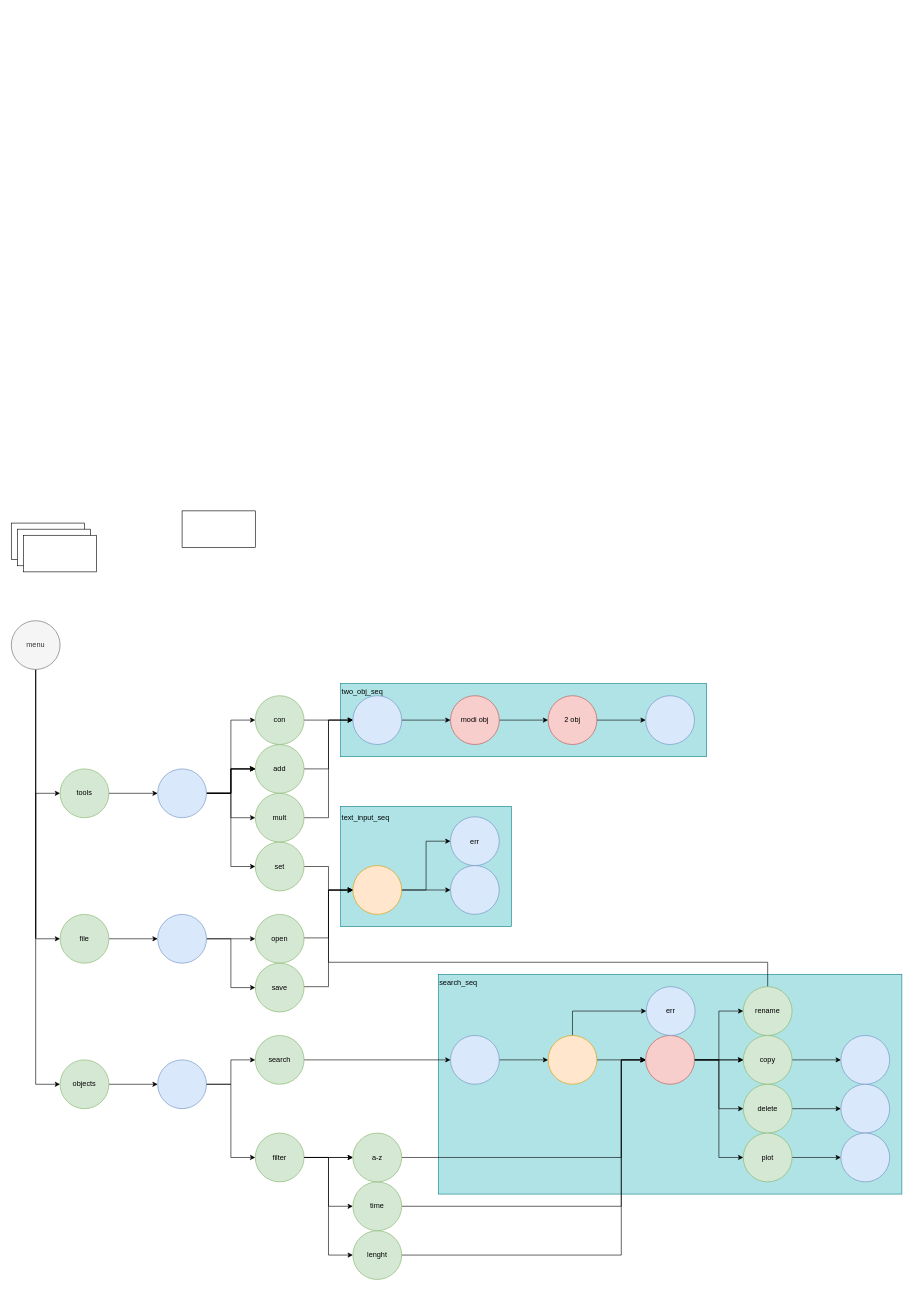
This is Диаграмма без названия.drawio from Che10vec/temp, a draw.io file, before an edit. Source tidied: cells renumbered, new cells numbered last; positions are measured from the earlier drawing's top-left corner, leaving out a move shared by most shapes. Both pictures are drawn from the tidied source at 61%, with x=0, y=0 at pixel (11, 511).
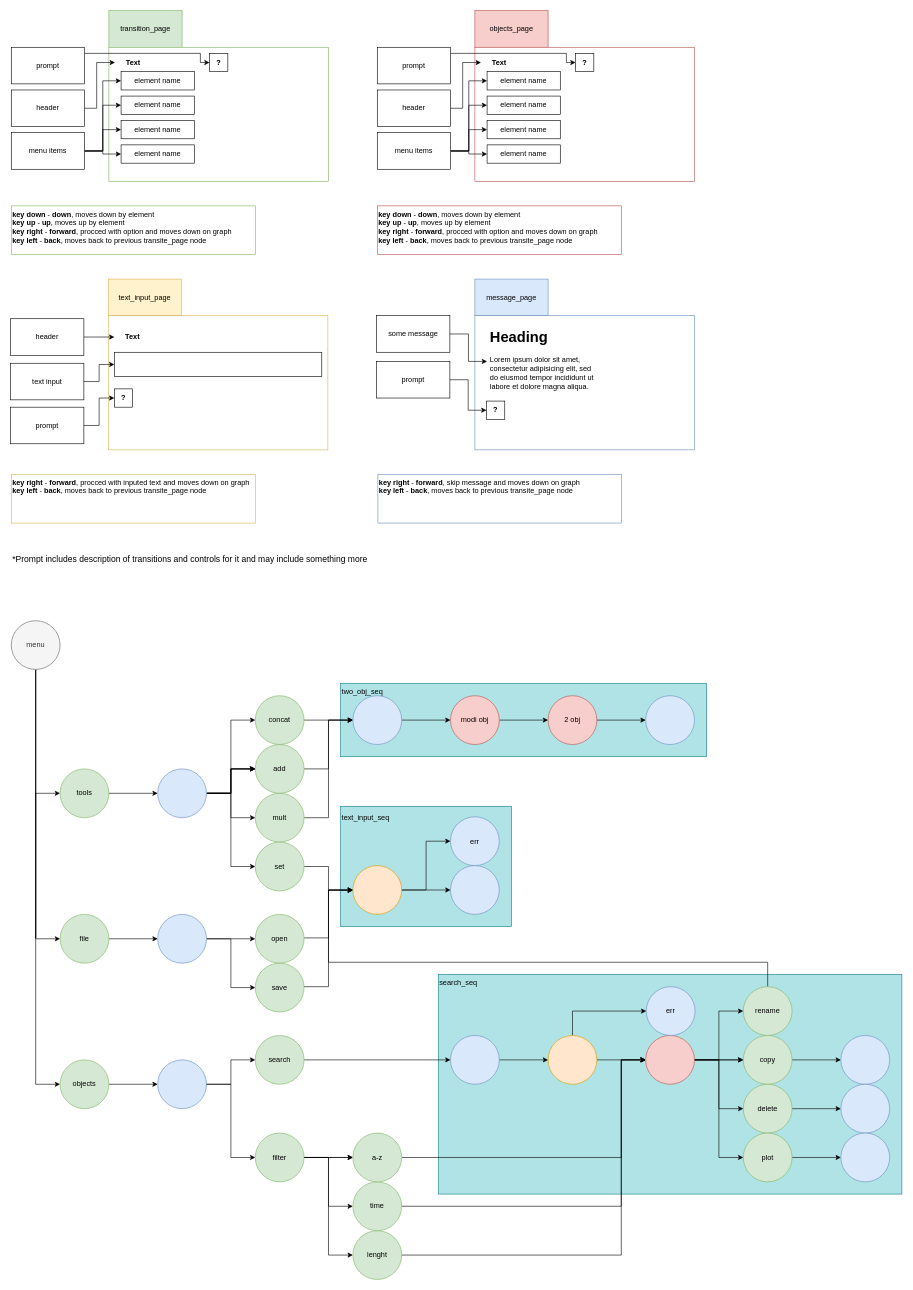
Above is the later version.

What changed in the source:
```diff
@@
-    <mxCell id="29" value="con" style="ellipse;whiteSpace=wrap;html=1;fillColor=#d5e8d4;strokeColor=#82b366;" parent="1" vertex="1">
+    <mxCell id="29" value="concat" style="ellipse;whiteSpace=wrap;html=1;fillColor=#d5e8d4;strokeColor=#82b366;" parent="1" vertex="1">
       <mxGeometry x="400" y="303" width="80" height="80" as="geometry" />
     </mxCell>
@@
-    <mxCell id="89" style="rounded=0;whiteSpace=wrap;html=1;" parent="1" vertex="1">
-      <mxGeometry y="20" width="120" height="60" as="geometry" />
+    <mxCell id="89" value="transition_page" style="rounded=0;whiteSpace=wrap;html=1;fillColor=#d5e8d4;strokeColor=#82B366;" parent="1" vertex="1">
+      <mxGeometry x="160" y="-820" width="120" height="60" as="geometry" />
     </mxCell>
-    <mxCell id="90" style="rounded=0;whiteSpace=wrap;html=1;" parent="1" vertex="1">
-      <mxGeometry x="10" y="30" width="120" height="60" as="geometry" />
+    <mxCell id="90" value="text_input_page" style="rounded=0;whiteSpace=wrap;html=1;fillColor=#fff2cc;strokeColor=#D6B656;" parent="1" vertex="1">
+      <mxGeometry x="159" y="-380" width="120" height="60" as="geometry" />
     </mxCell>
-    <mxCell id="91" style="rounded=0;whiteSpace=wrap;html=1;" parent="1" vertex="1">
-      <mxGeometry x="20" y="40" width="120" height="60" as="geometry" />
+    <mxCell id="91" value="objects_page" style="rounded=0;whiteSpace=wrap;html=1;fillColor=#f8cecc;strokeColor=#B85450;" parent="1" vertex="1">
+      <mxGeometry x="760" y="-820" width="120" height="60" as="geometry" />
     </mxCell>
-    <mxCell id="92" style="rounded=0;whiteSpace=wrap;html=1;" parent="1" vertex="1">
-      <mxGeometry x="280" width="120" height="60" as="geometry" />
+    <mxCell id="92" value="message_page" style="rounded=0;whiteSpace=wrap;html=1;fillColor=#dae8fc;strokeColor=#6C8EBF;" parent="1" vertex="1">
+      <mxGeometry x="760" y="-380" width="120" height="60" as="geometry" />
     </mxCell>
+    <mxCell id="93" style="rounded=0;whiteSpace=wrap;html=1;strokeColor=#D6B656;" parent="1" vertex="1">
+      <mxGeometry x="159" y="-320" width="360" height="220" as="geometry" />
+    </mxCell>
+    <mxCell id="94" style="rounded=0;whiteSpace=wrap;html=1;align=left;" parent="1" vertex="1">
+      <mxGeometry x="169" y="-260" width="340" height="40" as="geometry" />
+    </mxCell>
+    <mxCell id="95" value="&lt;b&gt;?&lt;/b&gt;" style="whiteSpace=wrap;html=1;" parent="1" vertex="1">
+      <mxGeometry x="169" y="-200" width="30" height="30" as="geometry" />
+    </mxCell>
+    <mxCell id="96" style="edgeStyle=orthogonalEdgeStyle;rounded=0;jettySize=auto;html=1;startArrow=classic;startFill=1;endArrow=none;endFill=0;" parent="1" edge="1" source="97" target="98">
+      <mxGeometry relative="1" as="geometry" />
+    </mxCell>
+    <mxCell id="97" value="Text" style="text;html=1;strokeColor=none;fillColor=none;align=center;verticalAlign=middle;whiteSpace=wrap;rounded=0;fontStyle=1;" parent="1" vertex="1">
+      <mxGeometry x="169" y="-300" width="60" height="30" as="geometry" />
+    </mxCell>
+    <mxCell id="98" value="header" style="whiteSpace=wrap;html=1;" parent="1" vertex="1">
+      <mxGeometry x="-1" y="-315" width="120" height="60" as="geometry" />
+    </mxCell>
+    <mxCell id="99" style="edgeStyle=orthogonalEdgeStyle;rounded=0;jettySize=auto;html=1;entryX=0;entryY=0.5;entryDx=0;entryDy=0;" parent="1" edge="1" source="100" target="94">
+      <mxGeometry relative="1" as="geometry" />
+    </mxCell>
+    <mxCell id="100" value="text input" style="whiteSpace=wrap;html=1;" parent="1" vertex="1">
+      <mxGeometry x="-1" y="-242" width="120" height="60" as="geometry" />
+    </mxCell>
+    <mxCell id="101" style="edgeStyle=orthogonalEdgeStyle;rounded=0;jettySize=auto;html=1;entryX=0;entryY=0.5;entryDx=0;entryDy=0;" parent="1" edge="1" source="102" target="95">
+      <mxGeometry relative="1" as="geometry" />
+    </mxCell>
+    <mxCell id="102" value="prompt" style="whiteSpace=wrap;html=1;" parent="1" vertex="1">
+      <mxGeometry x="-1" y="-170" width="120" height="60" as="geometry" />
+    </mxCell>
+    <mxCell id="103" style="rounded=0;whiteSpace=wrap;html=1;strokeColor=#82B366;" parent="1" vertex="1">
+      <mxGeometry x="160" y="-760" width="360" height="220" as="geometry" />
+    </mxCell>
+    <mxCell id="104" style="rounded=0;whiteSpace=wrap;html=1;strokeColor=#6C8EBF;" parent="1" vertex="1">
+      <mxGeometry x="760" y="-320" width="360" height="220" as="geometry" />
+    </mxCell>
+    <mxCell id="105" value="&lt;h1&gt;Heading&lt;/h1&gt;&lt;p&gt;Lorem ipsum dolor sit amet, consectetur adipisicing elit, sed do eiusmod tempor incididunt ut labore et dolore magna aliqua.&lt;/p&gt;" style="text;html=1;strokeColor=none;fillColor=none;spacing=5;spacingTop=-20;whiteSpace=wrap;overflow=hidden;rounded=0;" parent="1" vertex="1">
+      <mxGeometry x="780" y="-305" width="190" height="120" as="geometry" />
+    </mxCell>
+    <mxCell id="106" style="edgeStyle=orthogonalEdgeStyle;rounded=0;jettySize=auto;html=1;entryX=0;entryY=0.5;entryDx=0;entryDy=0;" parent="1" edge="1" source="107" target="105">
+      <mxGeometry relative="1" as="geometry" />
+    </mxCell>
+    <mxCell id="107" value="some message" style="rounded=0;whiteSpace=wrap;html=1;" parent="1" vertex="1">
+      <mxGeometry x="599" y="-320" width="120" height="60" as="geometry" />
+    </mxCell>
+    <mxCell id="108" value="Text" style="text;html=1;strokeColor=none;fillColor=none;align=center;verticalAlign=middle;whiteSpace=wrap;rounded=0;fontStyle=1;" parent="1" vertex="1">
+      <mxGeometry x="170" y="-750" width="60" height="30" as="geometry" />
+    </mxCell>
+    <mxCell id="109" value="element name" style="rounded=0;whiteSpace=wrap;html=1;" parent="1" vertex="1">
+      <mxGeometry x="180" y="-720" width="120" height="30" as="geometry" />
+    </mxCell>
+    <mxCell id="110" value="element name" style="rounded=0;whiteSpace=wrap;html=1;" parent="1" vertex="1">
+      <mxGeometry x="180" y="-680" width="120" height="30" as="geometry" />
+    </mxCell>
+    <mxCell id="111" value="element name" style="rounded=0;whiteSpace=wrap;html=1;" parent="1" vertex="1">
+      <mxGeometry x="180" y="-640" width="120" height="30" as="geometry" />
+    </mxCell>
+    <mxCell id="112" value="element name" style="rounded=0;whiteSpace=wrap;html=1;" parent="1" vertex="1">
+      <mxGeometry x="180" y="-600" width="120" height="30" as="geometry" />
+    </mxCell>
+    <mxCell id="113" style="edgeStyle=orthogonalEdgeStyle;rounded=0;jettySize=auto;html=1;" parent="1" edge="1" source="114" target="108">
+      <mxGeometry relative="1" as="geometry">
+        <Array as="points">
+          <mxPoint x="140" y="-660" />
+          <mxPoint x="140" y="-735" />
+        </Array>
+      </mxGeometry>
+    </mxCell>
+    <mxCell id="114" value="header" style="rounded=0;whiteSpace=wrap;html=1;" parent="1" vertex="1">
+      <mxGeometry y="-690" width="120" height="60" as="geometry" />
+    </mxCell>
+    <mxCell id="115" style="edgeStyle=orthogonalEdgeStyle;rounded=0;jettySize=auto;html=1;entryX=0;entryY=0.5;entryDx=0;entryDy=0;" parent="1" edge="1" source="119" target="109">
+      <mxGeometry relative="1" as="geometry" />
+    </mxCell>
+    <mxCell id="116" style="edgeStyle=orthogonalEdgeStyle;rounded=0;jettySize=auto;html=1;entryX=0;entryY=0.5;entryDx=0;entryDy=0;" parent="1" edge="1" source="119" target="110">
+      <mxGeometry relative="1" as="geometry" />
+    </mxCell>
+    <mxCell id="117" style="edgeStyle=orthogonalEdgeStyle;rounded=0;jettySize=auto;html=1;entryX=0;entryY=0.5;entryDx=0;entryDy=0;" parent="1" edge="1" source="119" target="111">
+      <mxGeometry relative="1" as="geometry" />
+    </mxCell>
+    <mxCell id="118" style="edgeStyle=orthogonalEdgeStyle;rounded=0;jettySize=auto;html=1;entryX=0;entryY=0.5;entryDx=0;entryDy=0;" parent="1" edge="1" source="119" target="112">
+      <mxGeometry relative="1" as="geometry" />
+    </mxCell>
+    <mxCell id="119" value="menu items" style="rounded=0;whiteSpace=wrap;html=1;" parent="1" vertex="1">
+      <mxGeometry y="-620" width="120" height="60" as="geometry" />
+    </mxCell>
+    <mxCell id="120" value="&lt;font style=&quot;font-size: 14px;&quot;&gt;*Prompt includes description of transitions and controls for it and may include something more&lt;/font&gt;" style="text;html=1;strokeColor=none;fillColor=none;align=left;verticalAlign=middle;whiteSpace=wrap;rounded=0;" parent="1" vertex="1">
+      <mxGeometry y="60" width="600" height="40" as="geometry" />
+    </mxCell>
+    <mxCell id="121" style="rounded=0;whiteSpace=wrap;html=1;strokeColor=#B85450;" parent="1" vertex="1">
+      <mxGeometry x="760" y="-760" width="360" height="220" as="geometry" />
+    </mxCell>
+    <mxCell id="122" value="Text" style="text;html=1;strokeColor=none;fillColor=none;align=center;verticalAlign=middle;whiteSpace=wrap;rounded=0;fontStyle=1;" parent="1" vertex="1">
+      <mxGeometry x="770" y="-750" width="60" height="30" as="geometry" />
+    </mxCell>
+    <mxCell id="123" value="element name" style="rounded=0;whiteSpace=wrap;html=1;" parent="1" vertex="1">
+      <mxGeometry x="780" y="-720" width="120" height="30" as="geometry" />
+    </mxCell>
+    <mxCell id="124" value="element name" style="rounded=0;whiteSpace=wrap;html=1;" parent="1" vertex="1">
+      <mxGeometry x="780" y="-680" width="120" height="30" as="geometry" />
+    </mxCell>
+    <mxCell id="125" value="element name" style="rounded=0;whiteSpace=wrap;html=1;" parent="1" vertex="1">
+      <mxGeometry x="780" y="-640" width="120" height="30" as="geometry" />
+    </mxCell>
+    <mxCell id="126" value="element name" style="rounded=0;whiteSpace=wrap;html=1;" parent="1" vertex="1">
+      <mxGeometry x="780" y="-600" width="120" height="30" as="geometry" />
+    </mxCell>
+    <mxCell id="127" value="&lt;b&gt;?&lt;/b&gt;" style="whiteSpace=wrap;html=1;" parent="1" vertex="1">
+      <mxGeometry x="925" y="-750" width="30" height="30" as="geometry" />
+    </mxCell>
+    <mxCell id="128" value="&lt;b&gt;?&lt;/b&gt;" style="whiteSpace=wrap;html=1;" parent="1" vertex="1">
+      <mxGeometry x="779" y="-180" width="30" height="30" as="geometry" />
+    </mxCell>
+    <mxCell id="129" value="&lt;b&gt;?&lt;/b&gt;" style="whiteSpace=wrap;html=1;" parent="1" vertex="1">
+      <mxGeometry x="325" y="-750" width="30" height="30" as="geometry" />
+    </mxCell>
+    <mxCell id="130" style="edgeStyle=orthogonalEdgeStyle;rounded=0;jettySize=auto;html=1;entryX=0;entryY=0.5;entryDx=0;entryDy=0;" parent="1" edge="1" source="131" target="128">
+      <mxGeometry relative="1" as="geometry" />
+    </mxCell>
+    <mxCell id="131" value="prompt" style="whiteSpace=wrap;html=1;" parent="1" vertex="1">
+      <mxGeometry x="599" y="-245" width="120" height="60" as="geometry" />
+    </mxCell>
+    <mxCell id="132" style="edgeStyle=orthogonalEdgeStyle;rounded=0;jettySize=auto;html=1;entryX=0;entryY=0.5;entryDx=0;entryDy=0;" parent="1" edge="1" source="133" target="129">
+      <mxGeometry relative="1" as="geometry">
+        <Array as="points">
+          <mxPoint x="310" y="-750" />
+          <mxPoint x="310" y="-735" />
+        </Array>
+      </mxGeometry>
+    </mxCell>
+    <mxCell id="133" value="prompt" style="whiteSpace=wrap;html=1;" parent="1" vertex="1">
+      <mxGeometry y="-760" width="120" height="60" as="geometry" />
+    </mxCell>
+    <mxCell id="134" style="edgeStyle=orthogonalEdgeStyle;rounded=0;jettySize=auto;html=1;entryX=0;entryY=0.5;entryDx=0;entryDy=0;" parent="1" edge="1" source="135" target="127">
+      <mxGeometry relative="1" as="geometry">
+        <Array as="points">
+          <mxPoint x="910" y="-750" />
+          <mxPoint x="910" y="-735" />
+        </Array>
+      </mxGeometry>
+    </mxCell>
+    <mxCell id="135" value="prompt" style="whiteSpace=wrap;html=1;" parent="1" vertex="1">
+      <mxGeometry x="600" y="-760" width="120" height="60" as="geometry" />
+    </mxCell>
+    <mxCell id="136" style="edgeStyle=orthogonalEdgeStyle;rounded=0;jettySize=auto;html=1;entryX=0;entryY=0.5;entryDx=0;entryDy=0;" parent="1" edge="1" source="137" target="122">
+      <mxGeometry relative="1" as="geometry">
+        <Array as="points">
+          <mxPoint x="740" y="-660" />
+          <mxPoint x="740" y="-735" />
+        </Array>
+      </mxGeometry>
+    </mxCell>
+    <mxCell id="137" value="header" style="rounded=0;whiteSpace=wrap;html=1;" parent="1" vertex="1">
+      <mxGeometry x="600" y="-690" width="120" height="60" as="geometry" />
+    </mxCell>
+    <mxCell id="138" style="edgeStyle=orthogonalEdgeStyle;rounded=0;jettySize=auto;html=1;entryX=0;entryY=0.5;entryDx=0;entryDy=0;" parent="1" edge="1" source="142" target="123">
+      <mxGeometry relative="1" as="geometry" />
+    </mxCell>
+    <mxCell id="139" style="edgeStyle=orthogonalEdgeStyle;rounded=0;jettySize=auto;html=1;entryX=0;entryY=0.5;entryDx=0;entryDy=0;" parent="1" edge="1" source="142" target="124">
+      <mxGeometry relative="1" as="geometry" />
+    </mxCell>
+    <mxCell id="140" style="edgeStyle=orthogonalEdgeStyle;rounded=0;jettySize=auto;html=1;entryX=0;entryY=0.5;entryDx=0;entryDy=0;" parent="1" edge="1" source="142" target="125">
+      <mxGeometry relative="1" as="geometry" />
+    </mxCell>
+    <mxCell id="141" style="edgeStyle=orthogonalEdgeStyle;rounded=0;jettySize=auto;html=1;entryX=0;entryY=0.5;entryDx=0;entryDy=0;" parent="1" edge="1" source="142" target="126">
+      <mxGeometry relative="1" as="geometry" />
+    </mxCell>
+    <mxCell id="142" value="menu items" style="rounded=0;whiteSpace=wrap;html=1;" parent="1" vertex="1">
+      <mxGeometry x="600" y="-620" width="120" height="60" as="geometry" />
+    </mxCell>
+    <mxCell id="143" value="&lt;b&gt;key down&lt;/b&gt; - &lt;b&gt;down&lt;/b&gt;, moves down by element&lt;br&gt;&lt;b&gt;key up&lt;/b&gt; - &lt;b&gt;up&lt;/b&gt;, moves up by element&lt;br&gt;&lt;b&gt;key right &lt;/b&gt;- &lt;b&gt;forward&lt;/b&gt;, procced with option and moves down on graph&lt;br&gt;&lt;b&gt;key left &lt;/b&gt;- &lt;b&gt;back&lt;/b&gt;, moves back to previous transite_page node" style="rounded=0;whiteSpace=wrap;html=1;strokeColor=#82B366;align=left;verticalAlign=top;" parent="1" vertex="1">
+      <mxGeometry y="-500" width="400" height="80" as="geometry" />
+    </mxCell>
+    <mxCell id="144" value="&lt;b style=&quot;border-color: var(--border-color);&quot;&gt;key down&lt;/b&gt;&amp;nbsp;-&amp;nbsp;&lt;b style=&quot;border-color: var(--border-color);&quot;&gt;down&lt;/b&gt;, moves down by element&lt;br style=&quot;border-color: var(--border-color);&quot;&gt;&lt;b style=&quot;border-color: var(--border-color);&quot;&gt;key up&lt;/b&gt;&amp;nbsp;-&amp;nbsp;&lt;b style=&quot;border-color: var(--border-color);&quot;&gt;up&lt;/b&gt;, moves up by element&lt;br style=&quot;border-color: var(--border-color);&quot;&gt;&lt;b style=&quot;border-color: var(--border-color);&quot;&gt;key right&amp;nbsp;&lt;/b&gt;-&amp;nbsp;&lt;b style=&quot;border-color: var(--border-color);&quot;&gt;forward&lt;/b&gt;, procced with option and moves down on graph&lt;br style=&quot;border-color: var(--border-color);&quot;&gt;&lt;b style=&quot;border-color: var(--border-color);&quot;&gt;key left&amp;nbsp;&lt;/b&gt;-&amp;nbsp;&lt;b style=&quot;border-color: var(--border-color);&quot;&gt;back&lt;/b&gt;, moves back to previous transite_page node" style="rounded=0;whiteSpace=wrap;html=1;strokeColor=#B85450;verticalAlign=top;align=left;" parent="1" vertex="1">
+      <mxGeometry x="600" y="-500" width="400" height="80" as="geometry" />
+    </mxCell>
+    <mxCell id="145" value="&lt;b style=&quot;border-color: var(--border-color);&quot;&gt;key right&amp;nbsp;&lt;/b&gt;&lt;span style=&quot;&quot;&gt;-&amp;nbsp;&lt;/span&gt;&lt;b style=&quot;border-color: var(--border-color);&quot;&gt;forward&lt;/b&gt;&lt;span style=&quot;&quot;&gt;, procced with inputed text and moves down on graph&lt;/span&gt;&lt;br style=&quot;border-color: var(--border-color);&quot;&gt;&lt;b style=&quot;border-color: var(--border-color);&quot;&gt;key left&amp;nbsp;&lt;/b&gt;&lt;span style=&quot;&quot;&gt;-&amp;nbsp;&lt;/span&gt;&lt;b style=&quot;border-color: var(--border-color);&quot;&gt;back&lt;/b&gt;&lt;span style=&quot;&quot;&gt;, moves back to previous transite_page node&lt;/span&gt;" style="rounded=0;whiteSpace=wrap;html=1;strokeColor=#D6B656;verticalAlign=top;align=left;" parent="1" vertex="1">
+      <mxGeometry y="-60" width="400" height="80" as="geometry" />
+    </mxCell>
+    <mxCell id="146" value="&lt;b style=&quot;border-color: var(--border-color);&quot;&gt;key right&amp;nbsp;&lt;/b&gt;-&amp;nbsp;&lt;b style=&quot;border-color: var(--border-color);&quot;&gt;forward&lt;/b&gt;, skip message and moves down on graph&lt;br style=&quot;border-color: var(--border-color);&quot;&gt;&lt;b style=&quot;border-color: var(--border-color);&quot;&gt;key left&amp;nbsp;&lt;/b&gt;-&amp;nbsp;&lt;b style=&quot;border-color: var(--border-color);&quot;&gt;back&lt;/b&gt;, moves back to previous transite_page node" style="rounded=0;whiteSpace=wrap;html=1;strokeColor=#6C8EBF;verticalAlign=top;align=left;" parent="1" vertex="1">
+      <mxGeometry x="601" y="-60" width="399" height="80" as="geometry" />
+    </mxCell>
```
